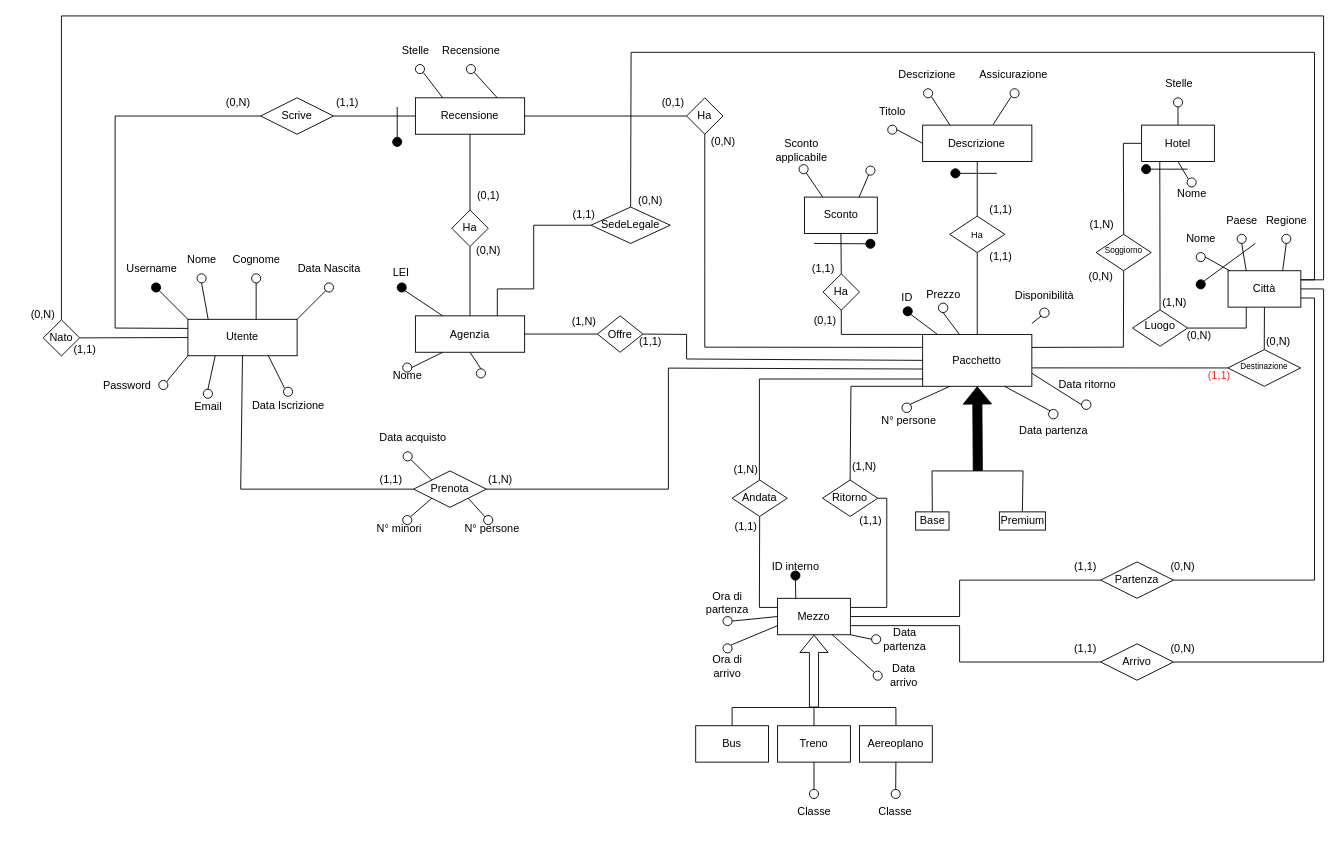
bustre/Easy-travel keeps this draw.io diagram as ER/ER.drawio. Above is the earlier version. Source tidied: cells renumbered, new cells numbered last; positions are measured from the earlier drawing's top-left corner, leaving out a move shared by most shapes. Both pictures are drawn from the tidied source at 91%, with x=0, y=0 at pixel (15, 15).
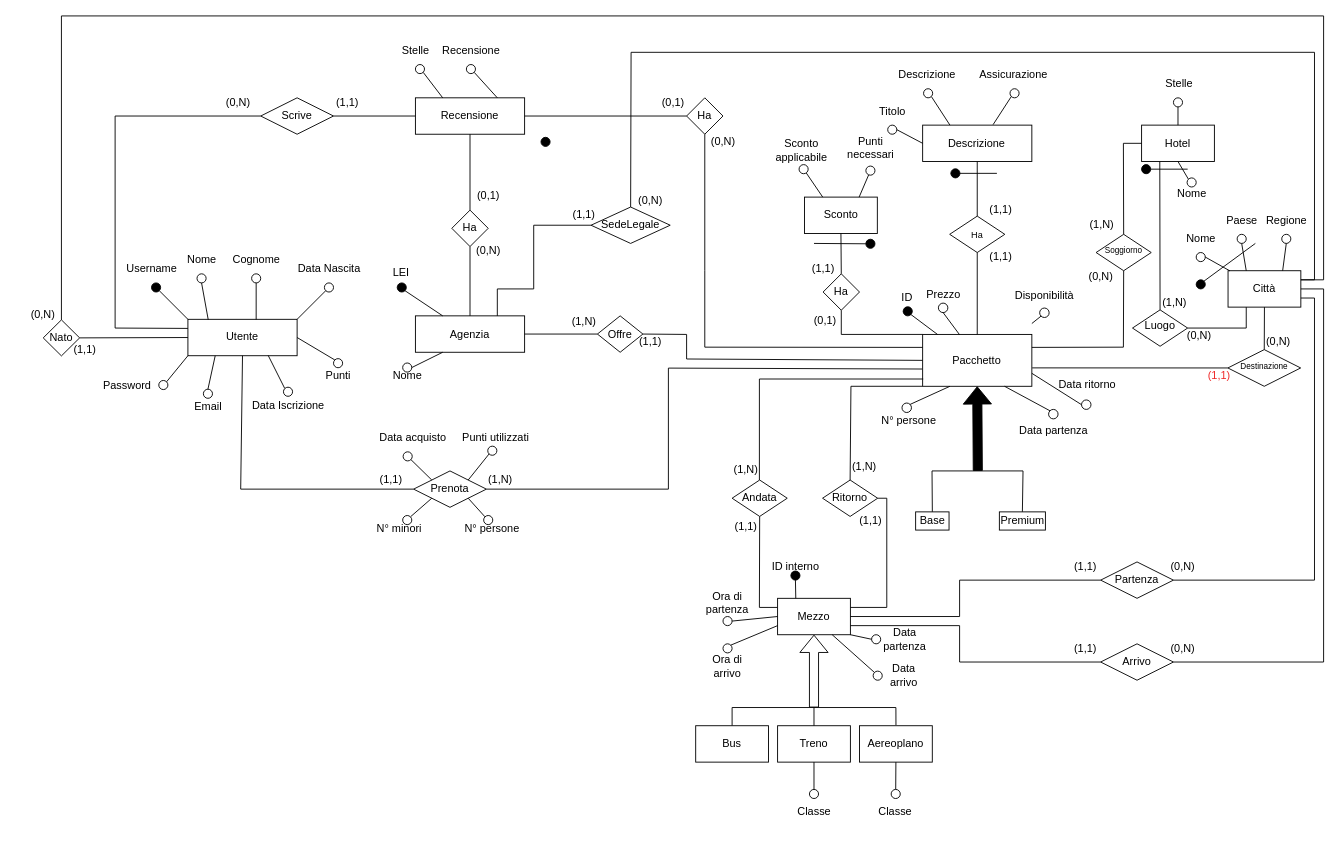
Above is the later version.

Unchanged cells that the change refers to:
```xml
<mxCell id="124" value="Agenzia" style="rounded=0;whiteSpace=wrap;html=1;" parent="1" vertex="1">
  <mxGeometry x="439" y="329.6" width="120" height="40" as="geometry" />
</mxCell>
<mxCell id="149" value="Utente" style="rounded=0;whiteSpace=wrap;html=1;" parent="1" vertex="1">
  <mxGeometry x="189" y="333.4" width="120" height="40" as="geometry" />
</mxCell>
<mxCell id="162" value="Prenota" style="rhombus;whiteSpace=wrap;html=1;" parent="1" vertex="1">
  <mxGeometry x="437" y="500" width="80" height="40" as="geometry" />
</mxCell>
```

Diff of the diagram source:
```diff
@@
-    <mxCell id="172" style="endArrow=none;html=1;rounded=0;" parent="1" edge="1">
-      <mxGeometry relative="1" as="geometry">
-        <mxPoint x="419" y="133.4" as="sourcePoint" />
-        <mxPoint x="419" y="100" as="targetPoint" />
-      </mxGeometry>
-    </mxCell>
     <mxCell id="173" style="ellipse;whiteSpace=wrap;html=1;fillColor=#000000;" parent="1" vertex="1">
-      <mxGeometry x="414" y="133.4" width="10" height="10" as="geometry" />
+      <mxGeometry x="577" y="133.4" width="10" height="10" as="geometry" />
     </mxCell>
@@
-    <mxCell id="223" style="ellipse;whiteSpace=wrap;html=1;" parent="1" vertex="1">
-      <mxGeometry x="506" y="387.8" width="10" height="10" as="geometry" />
-    </mxCell>
-    <mxCell id="224" style="endArrow=none;html=1;rounded=0;exitX=0.5;exitY=1;exitDx=0;exitDy=0;entryX=0.5;entryY=0;entryDx=0;entryDy=0;" parent="1" edge="1" source="124" target="223">
-      <mxGeometry relative="1" as="geometry" />
-    </mxCell>
+    <mxCell id="225" value="Punti &lt;br&gt;necessari" style="text;html=1;align=center;verticalAlign=middle;strokeColor=none;fillColor=none;" parent="1" vertex="1">
+      <mxGeometry x="904" y="125" width="70" height="40" as="geometry" />
+    </mxCell>
+    <mxCell id="226" style="endArrow=none;html=1;rounded=0;entryX=1;entryY=0.5;entryDx=0;entryDy=0;exitX=0;exitY=0;exitDx=0;exitDy=0;" parent="1" edge="1" source="227" target="149">
+      <mxGeometry relative="1" as="geometry" />
+    </mxCell>
+    <mxCell id="227" style="ellipse;whiteSpace=wrap;html=1;" parent="1" vertex="1">
+      <mxGeometry x="349" y="376.6" width="10" height="10" as="geometry" />
+    </mxCell>
+    <mxCell id="228" value="Punti" style="text;html=1;align=center;verticalAlign=middle;strokeColor=none;fillColor=none;" parent="1" vertex="1">
+      <mxGeometry x="329" y="381.4" width="50" height="30" as="geometry" />
+    </mxCell>
+    <mxCell id="229" style="endArrow=none;html=1;rounded=0;exitX=1;exitY=0;exitDx=0;exitDy=0;entryX=0;entryY=1;entryDx=0;entryDy=0;" parent="1" edge="1" source="162" target="230">
+      <mxGeometry relative="1" as="geometry" />
+    </mxCell>
+    <mxCell id="230" style="ellipse;whiteSpace=wrap;html=1;" parent="1" vertex="1">
+      <mxGeometry x="518.5" y="472.8" width="10" height="10" as="geometry" />
+    </mxCell>
+    <mxCell id="231" value="Punti utilizzati" style="text;html=1;align=center;verticalAlign=middle;strokeColor=none;fillColor=none;" parent="1" vertex="1">
+      <mxGeometry x="477" y="448.8" width="100" height="30" as="geometry" />
+    </mxCell>
```
